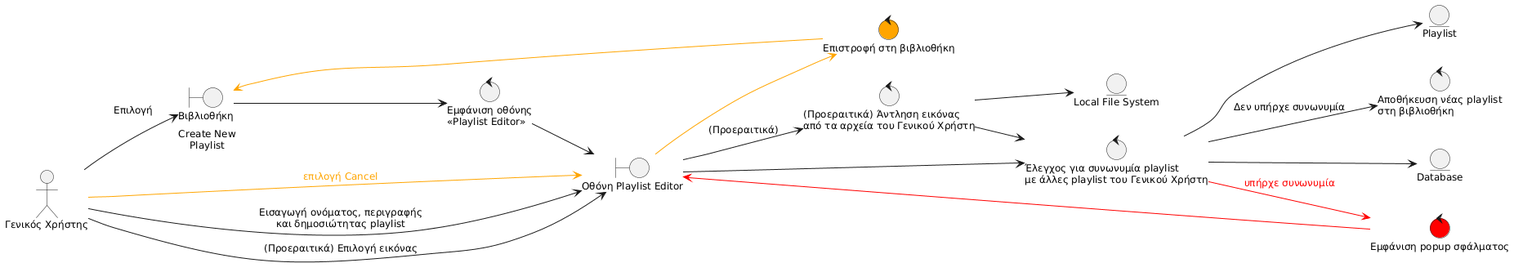
This is Paradoteo_4/Robustness-diagrams-v0.3/8. Create playlist.png from RubenKingCP/Tunix, a PlantUML export, as it was before one commit.
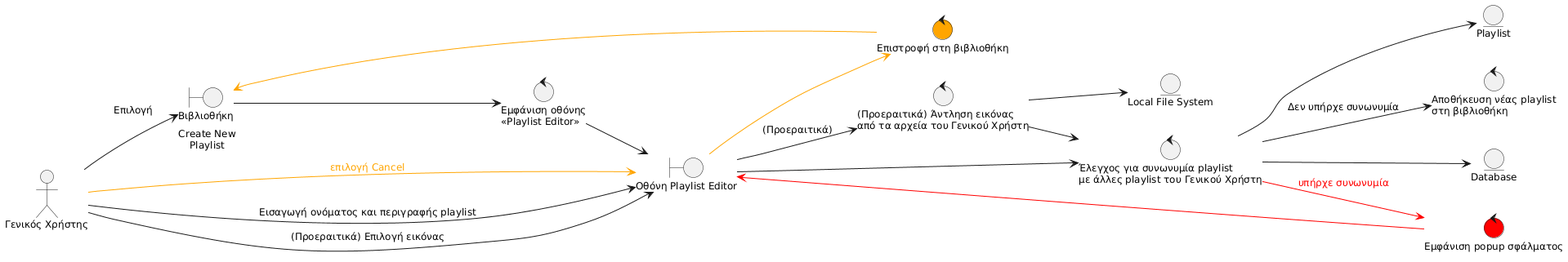
After the commit.

What changed in the source:
```diff
@@ -21,7 +21,7 @@
 GX --> B_LIB : Επιλογή\n"Create New\nPlaylist"
 B_LIB --> C_DPE
 C_DPE --> B_PE
-GX --> B_PE : Εισαγωγή ονόματος, περιγραφής\nκαι δημοσιώτητας playlist
+GX --> B_PE : "Εισαγωγή ονόματος και περιγραφής playlist"
 GX --> B_PE : (Προεραιτικά) Επιλογή εικόνας
 B_PE --> C_FS : (Προεραιτικά)
 C_FS --> E_FS
```
